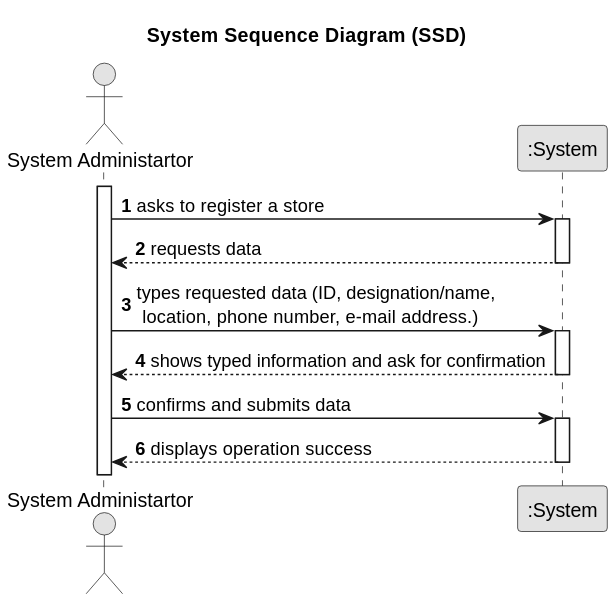
Above: lei-22-s2-1do-g68/docs/SprintB/us005/01.requirements-engineering/svg/us005-SystemSequenceDiagram.svg in hugosilva2901/lei-22-s2-1DO-g68 (PlantUML), before the change. Its diagram source:
```plantuml
@startuml
skinparam monochrome true
skinparam packageStyle rectangle
skinparam shadowing false

title System Sequence Diagram (SSD)

autonumber

actor "System Administartor" as Employee
participant ":System" as System

activate Employee

    Employee -> System : asks to register a store
    activate System

        System --> Employee : requests data
    deactivate System

    Employee -> System : types requested data (ID, designation/name, \n location,  phone number, e-mail address.)

    activate System



         System --> Employee : shows typed information and ask for confirmation
        deactivate System

        Employee -> System : confirms and submits data
        activate System

            System --> Employee : displays operation success
        deactivate System
@enduml
```
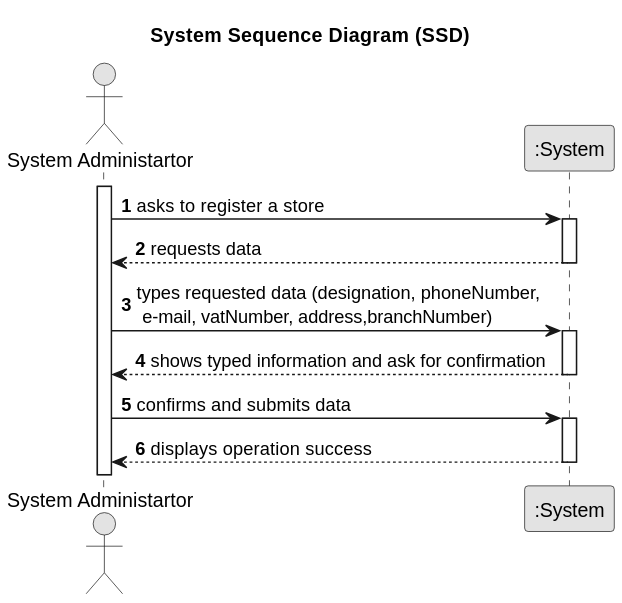
Later version of the same file.

Change to the diagram source:
```diff
@@ -18,7 +18,7 @@
         System --> Employee : requests data
     deactivate System
 
-    Employee -> System : types requested data (ID, designation/name, \n location,  phone number, e-mail address.)
+    Employee -> System : types requested data (designation, phoneNumber, \n e-mail, vatNumber, address,branchNumber)
 
     activate System
 
```
